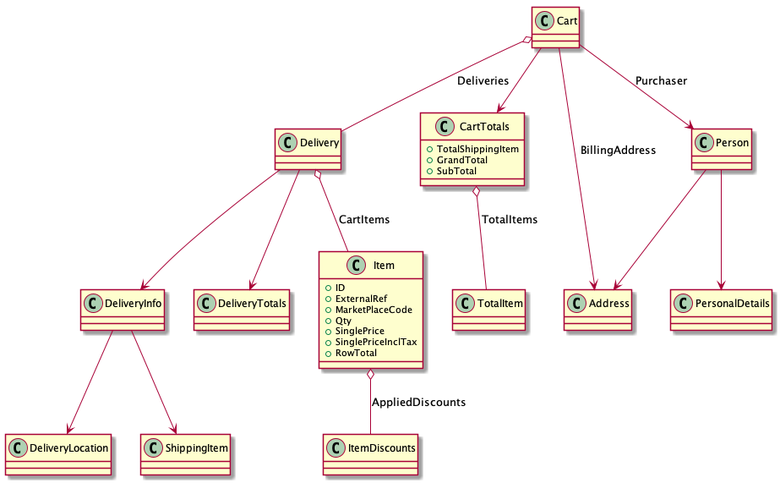
Above: cart/cart-model.png in i-love-flamingo/flamingo-commerce (PlantUML), before the change.
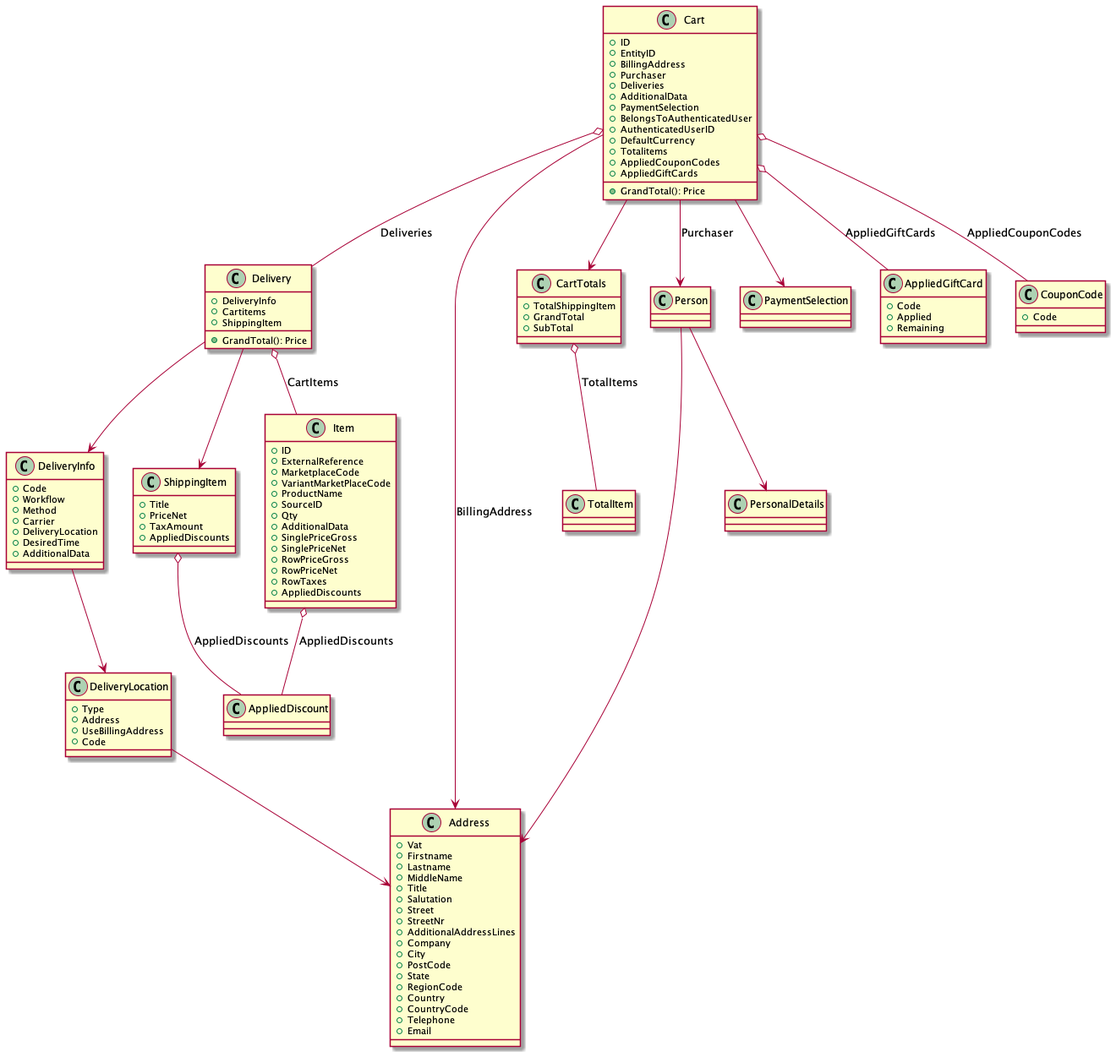
The same file after the commit.

What changed in the source:
```diff
@@ -2,11 +2,12 @@
 
 Cart o-- Delivery : Deliveries
 Delivery --> DeliveryInfo
-Delivery --> DeliveryTotals
+Delivery --> ShippingItem
 Delivery o-- Item : CartItems
-Item o-- ItemDiscounts : AppliedDiscounts
+ShippingItem o-- AppliedDiscount : AppliedDiscounts
+Item o-- AppliedDiscount : AppliedDiscounts
 DeliveryInfo --> DeliveryLocation
-DeliveryInfo --> ShippingItem
+DeliveryLocation --> Address
 
 Cart --> CartTotals
 CartTotals o-- TotalItem : TotalItems
@@ -15,15 +16,43 @@
 Person --> Address
 Person --> PersonalDetails
 
+Cart --> PaymentSelection
+
+Cart o-- AppliedGiftCard : AppliedGiftCards
+Cart o-- CouponCode : AppliedCouponCodes
+
+class Cart {
++ ID
++ EntityID
++ BillingAddress
++ Purchaser
++ Deliveries
++ AdditionalData
++ PaymentSelection
++ BelongsToAuthenticatedUser
++ AuthenticatedUserID
++ DefaultCurrency
++ Totalitems
++ AppliedCouponCodes
++ AppliedGiftCards
++ GrandTotal(): Price
+}
 
 class Item {
-+ID
-+ExternalRef
-+MarketPlaceCode
-+Qty
-+SinglePrice
-+SinglePriceInclTax
-+RowTotal
++ ID
++ ExternalReference
++ MarketplaceCode
++ VariantMarketPlaceCode
++ ProductName
++ SourceID
++ Qty
++ AdditionalData
++ SinglePriceGross
++ SinglePriceNet
++ RowPriceGross
++ RowPriceNet
++ RowTaxes
++ AppliedDiscounts
 }
 
 class CartTotals {
@@ -32,4 +61,66 @@
 + SubTotal
 }
 
+class AppliedGiftCard  {
++ Code
++ Applied
++ Remaining
+}
+
+class CouponCode  {
++ Code
+}
+
+class Address {
++ Vat
++ Firstname
++ Lastname
++ MiddleName
++ Title
++ Salutation
++ Street
++ StreetNr
++ AdditionalAddressLines
++ Company
++ City
++ PostCode
++ State
++ RegionCode
++ Country
++ CountryCode
++ Telephone
++ Email
+}
+
+class Delivery {
++ DeliveryInfo
++ Cartitems
++ ShippingItem
++ GrandTotal(): Price
+}
+
+class DeliveryInfo {
++ Code
++ Workflow
++ Method
++ Carrier
++ DeliveryLocation
++ DesiredTime
++ AdditionalData
+}
+
+class ShippingItem  {
++ Title
++ PriceNet
++ TaxAmount
++ AppliedDiscounts
+}
+
+class DeliveryLocation {
++ Type
++ Address
++ UseBillingAddress
++ Code
+}
+
 @enduml
```
